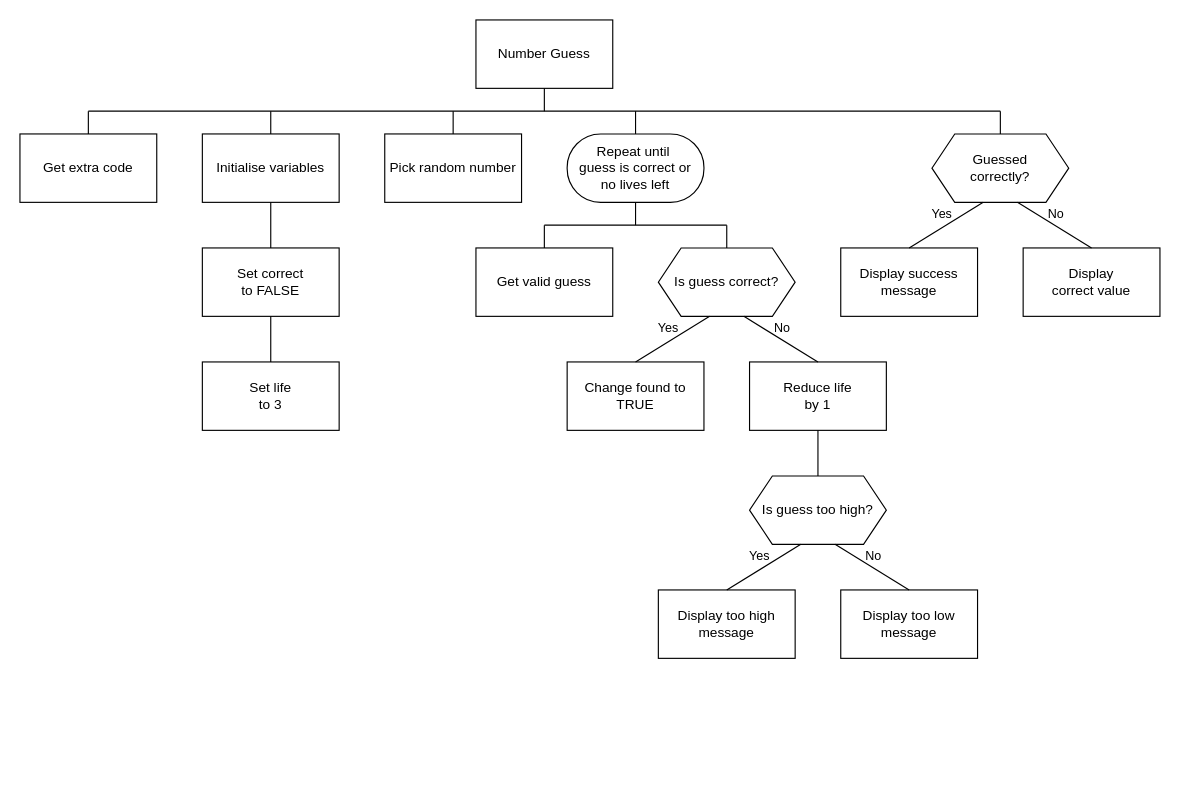
This is page "sd5" (5 of 5) of n5-cs/sdd/N5-SDD-Chance/assets/N5 SDD Chance.drawio from MrFriendCS/MrFriendCS.github.io, a draw.io file, before an edit. Source tidied: cells renumbered, new cells numbered last; positions are measured from the earlier drawing's top-left corner, leaving out a move shared by most shapes. Both pictures are drawn from the tidied source at 114%, with x=0, y=0 at pixel (19, 19).
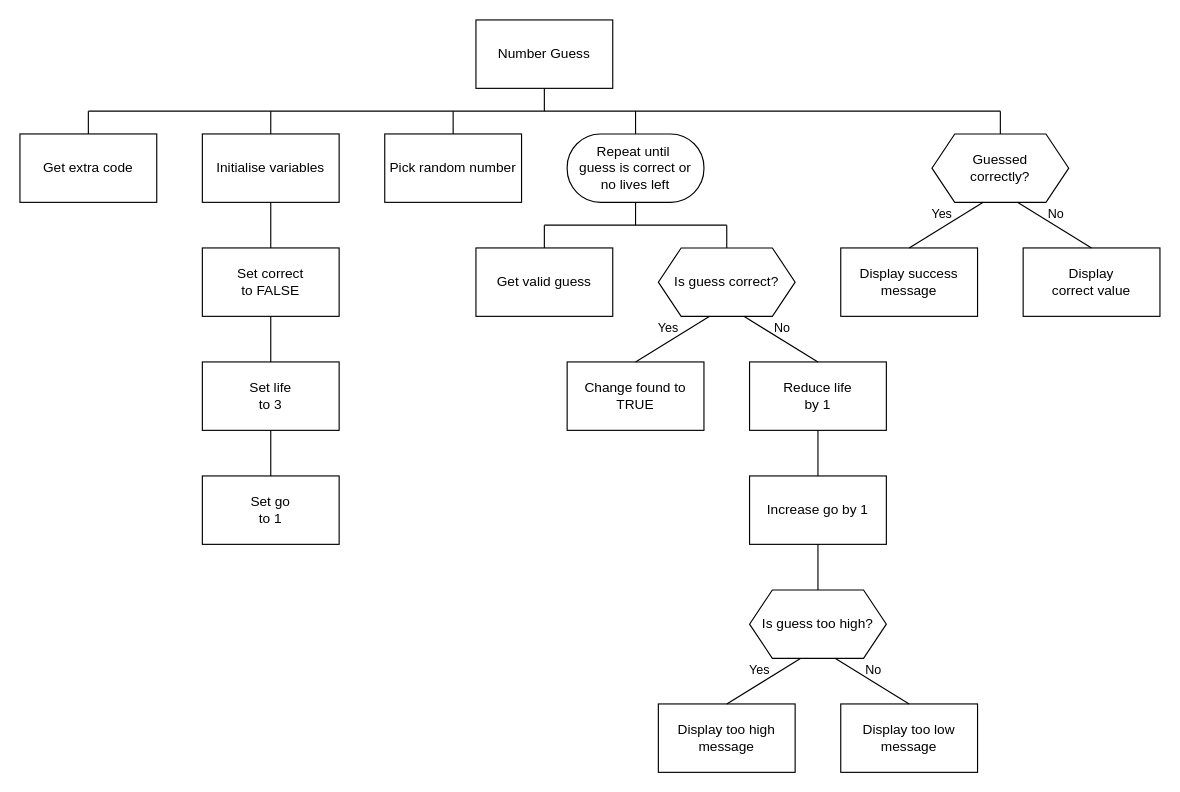
The same page after the edit.

Unchanged cells that the change refers to:
```xml
<mxCell id="22" value="Reduce life&lt;div&gt;by 1&lt;/div&gt;" style="rounded=0;whiteSpace=wrap;html=1;fillColor=none;" parent="1" vertex="1">
  <mxGeometry x="640" y="300" width="120" height="60" as="geometry" />
</mxCell>
<mxCell id="41" value="Set life&lt;div&gt;to 3&lt;/div&gt;" style="rounded=0;whiteSpace=wrap;html=1;fillColor=none;" parent="1" vertex="1">
  <mxGeometry x="160" y="300" width="120" height="60" as="geometry" />
</mxCell>
```

Change to the diagram source:
```diff
@@
     <mxCell id="20" value="Is guess too high?" style="shape=hexagon;perimeter=hexagonPerimeter2;whiteSpace=wrap;html=1;fixedSize=1;fillColor=none;" parent="1" vertex="1">
-      <mxGeometry x="640" y="400" width="120" height="60" as="geometry" />
+      <mxGeometry x="640" y="500" width="120" height="60" as="geometry" />
     </mxCell>
-    <mxCell id="21" style="rounded=0;jettySize=auto;html=1;exitX=0.5;exitY=1;exitDx=0;exitDy=0;entryX=0.5;entryY=0;entryDx=0;entryDy=0;endArrow=none;endFill=0;" parent="1" edge="1" source="22" target="20">
-      <mxGeometry relative="1" as="geometry" />
-    </mxCell>
+    <mxCell id="46" style="edgeStyle=orthogonalEdgeStyle;rounded=0;jettySize=auto;html=1;exitX=0.5;exitY=1;exitDx=0;exitDy=0;entryX=0.5;entryY=0;entryDx=0;entryDy=0;endArrow=none;endFill=0;" parent="1" edge="1" source="22" target="49">
+      <mxGeometry relative="1" as="geometry" />
+    </mxCell>
@@
     <mxCell id="24" value="Display too high message" style="rounded=0;whiteSpace=wrap;html=1;fillColor=none;" parent="1" vertex="1">
-      <mxGeometry x="560" y="500" width="120" height="60" as="geometry" />
+      <mxGeometry x="560" y="600" width="120" height="60" as="geometry" />
     </mxCell>
@@
     <mxCell id="26" value="Display too low message" style="rounded=0;whiteSpace=wrap;html=1;fillColor=none;" parent="1" vertex="1">
-      <mxGeometry x="720" y="500" width="120" height="60" as="geometry" />
+      <mxGeometry x="720" y="600" width="120" height="60" as="geometry" />
     </mxCell>
@@
+    <mxCell id="47" style="edgeStyle=orthogonalEdgeStyle;shape=connector;rounded=0;jettySize=auto;html=1;exitX=0.5;exitY=1;exitDx=0;exitDy=0;entryX=0.5;entryY=0;entryDx=0;entryDy=0;strokeColor=default;align=center;verticalAlign=middle;fontFamily=Helvetica;fontSize=11;fontColor=default;labelBackgroundColor=default;endArrow=none;endFill=0;" parent="1" edge="1" source="41" target="50">
+      <mxGeometry relative="1" as="geometry" />
+    </mxCell>
@@
     <mxCell id="44" value="&lt;span&gt;Yes&lt;/span&gt;" style="text;html=1;align=right;verticalAlign=middle;whiteSpace=wrap;rounded=0;fontFamily=Helvetica;fontSize=11;fontColor=default;labelBackgroundColor=none;" parent="1" vertex="1">
-      <mxGeometry x="630" y="460" width="30" height="20" as="geometry" />
+      <mxGeometry x="630" y="560" width="30" height="20" as="geometry" />
     </mxCell>
     <mxCell id="45" value="No" style="text;html=1;align=left;verticalAlign=middle;whiteSpace=wrap;rounded=0;fontFamily=Helvetica;fontSize=11;fontColor=default;labelBackgroundColor=none;" parent="1" vertex="1">
-      <mxGeometry x="740" y="460" width="30" height="20" as="geometry" />
+      <mxGeometry x="740" y="560" width="30" height="20" as="geometry" />
     </mxCell>
+    <mxCell id="48" style="edgeStyle=orthogonalEdgeStyle;shape=connector;rounded=0;jettySize=auto;html=1;exitX=0.5;exitY=1;exitDx=0;exitDy=0;entryX=0.5;entryY=0;entryDx=0;entryDy=0;strokeColor=default;align=center;verticalAlign=middle;fontFamily=Helvetica;fontSize=11;fontColor=default;labelBackgroundColor=default;endArrow=none;endFill=0;" parent="1" edge="1" source="49" target="20">
+      <mxGeometry relative="1" as="geometry" />
+    </mxCell>
+    <mxCell id="49" value="Increase go by 1" style="rounded=0;whiteSpace=wrap;html=1;fillColor=none;" parent="1" vertex="1">
+      <mxGeometry x="640" y="400" width="120" height="60" as="geometry" />
+    </mxCell>
+    <mxCell id="50" value="Set go&lt;div&gt;to 1&lt;/div&gt;" style="rounded=0;whiteSpace=wrap;html=1;fillColor=none;" parent="1" vertex="1">
+      <mxGeometry x="160" y="400" width="120" height="60" as="geometry" />
+    </mxCell>
```
